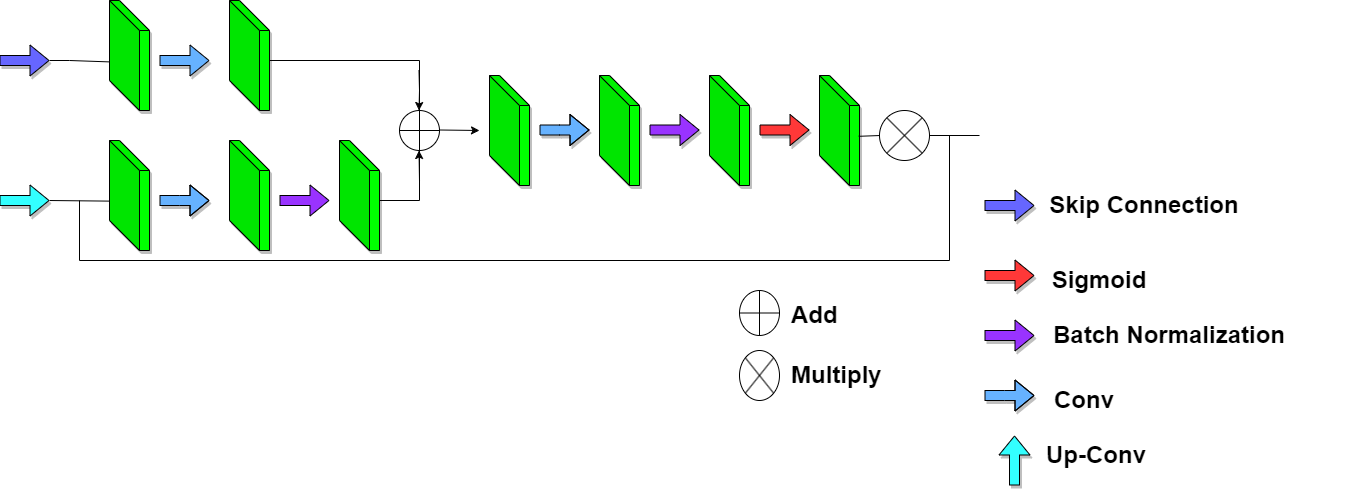
Before: Untitled Diagram.drawio.png, a diagram exported from draw.io (AnayPanja/demo_drawing_at_draw.io). Source tidied: cells renumbered, new cells last; positions are measured from the earlier drawing's top-left corner, leaving out a move shared by most shapes.
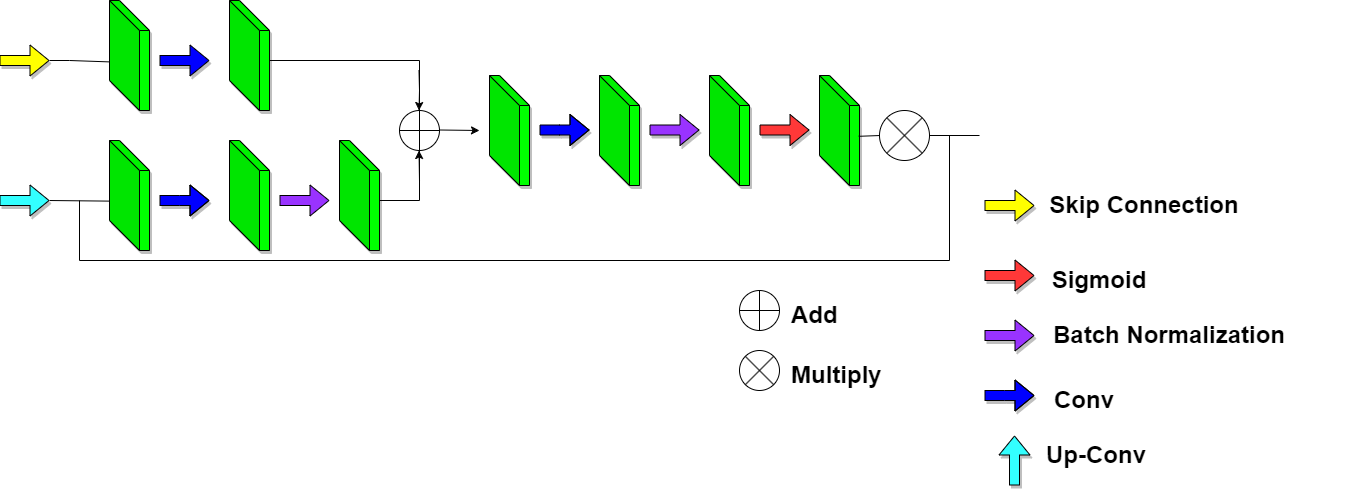
The same diagram one commit later.

Diff of the diagram source:
```diff
@@ -8,13 +8,13 @@
     <mxCell id="3" style="shape=cube;whiteSpace=wrap;html=1;boundedLbl=1;backgroundOutline=1;darkOpacity=0.05;darkOpacity2=0.1;size=30;shadow=1;fillColor=#00FF00;" parent="1" vertex="1">
       <mxGeometry x="110" y="140" width="40" height="110" as="geometry" />
     </mxCell>
-    <mxCell id="4" style="shape=flexArrow;endArrow=classic;html=1;rounded=0;fillColor=#66B2FF;shadow=1;" parent="1" edge="1">
+    <mxCell id="4" style="shape=flexArrow;endArrow=classic;html=1;rounded=0;fillColor=#0000FF;shadow=1;" parent="1" edge="1">
       <mxGeometry relative="1" as="geometry">
         <mxPoint x="160" y="60" as="sourcePoint" />
         <mxPoint x="210" y="60" as="targetPoint" />
       </mxGeometry>
     </mxCell>
-    <mxCell id="5" style="shape=flexArrow;endArrow=classic;html=1;rounded=0;fillColor=#66B2FF;shadow=1;" parent="1" edge="1">
+    <mxCell id="5" style="shape=flexArrow;endArrow=classic;html=1;rounded=0;fillColor=#0000FF;shadow=1;" parent="1" edge="1">
       <mxGeometry relative="1" as="geometry">
         <mxPoint x="160" y="200" as="sourcePoint" />
         <mxPoint x="210" y="200" as="targetPoint" />
@@ -90,7 +90,7 @@
     <mxCell id="18" style="shape=cube;whiteSpace=wrap;html=1;boundedLbl=1;backgroundOutline=1;darkOpacity=0.05;darkOpacity2=0.1;size=30;shadow=1;fillColor=#00FF00;" parent="1" vertex="1">
       <mxGeometry x="490" y="75" width="40" height="110" as="geometry" />
     </mxCell>
-    <mxCell id="19" style="shape=flexArrow;endArrow=classic;html=1;rounded=0;fillColor=#66B2FF;shadow=1;" parent="1" edge="1">
+    <mxCell id="19" style="shape=flexArrow;endArrow=classic;html=1;rounded=0;fillColor=#0000FF;shadow=1;" parent="1" edge="1">
       <mxGeometry relative="1" as="geometry">
         <mxPoint x="540" y="129.5" as="sourcePoint" />
         <mxPoint x="590" y="129.5" as="targetPoint" />
@@ -120,7 +120,7 @@
     <mxCell id="24" style="shape=cube;whiteSpace=wrap;html=1;boundedLbl=1;backgroundOutline=1;darkOpacity=0.05;darkOpacity2=0.1;size=30;shadow=1;fillColor=#00FF00;" parent="1" vertex="1">
       <mxGeometry x="820" y="75" width="40" height="110" as="geometry" />
     </mxCell>
-    <mxCell id="25" style="shape=flexArrow;endArrow=classic;html=1;rounded=0;fillColor=#6666FF;shadow=1;" parent="1" edge="1">
+    <mxCell id="25" style="shape=flexArrow;endArrow=classic;html=1;rounded=0;fillColor=#FFFF00;shadow=1;" parent="1" edge="1">
       <mxGeometry relative="1" as="geometry">
         <mxPoint y="60" as="sourcePoint" />
         <mxPoint x="50" y="60" as="targetPoint" />
@@ -174,7 +174,7 @@
         <mxPoint x="980" y="135" as="targetPoint" />
       </mxGeometry>
     </mxCell>
-    <mxCell id="35" style="shape=flexArrow;endArrow=classic;html=1;rounded=0;fillColor=#6666FF;shadow=1;" parent="1" edge="1">
+    <mxCell id="35" style="shape=flexArrow;endArrow=classic;html=1;rounded=0;fillColor=#FFFF00;shadow=1;" parent="1" edge="1">
       <mxGeometry relative="1" as="geometry">
         <mxPoint x="985" y="205" as="sourcePoint" />
         <mxPoint x="1035" y="205" as="targetPoint" />
@@ -192,7 +192,7 @@
         <mxPoint x="1035" y="335" as="targetPoint" />
       </mxGeometry>
     </mxCell>
-    <mxCell id="38" style="shape=flexArrow;endArrow=classic;html=1;rounded=0;fillColor=#66B2FF;shadow=1;" parent="1" edge="1">
+    <mxCell id="38" style="shape=flexArrow;endArrow=classic;html=1;rounded=0;fillColor=#0000FF;shadow=1;" parent="1" edge="1">
       <mxGeometry relative="1" as="geometry">
         <mxPoint x="985" y="395" as="sourcePoint" />
         <mxPoint x="1035" y="395" as="targetPoint" />
@@ -223,10 +223,10 @@
       <mxGeometry x="1045" y="440" width="300" height="30" as="geometry" />
     </mxCell>
     <mxCell id="45" style="shape=sumEllipse;perimeter=ellipsePerimeter;whiteSpace=wrap;html=1;backgroundOutline=1;" parent="1" vertex="1">
-      <mxGeometry x="740" y="350" width="40" height="50" as="geometry" />
+      <mxGeometry x="740" y="350" width="40" height="40" as="geometry" />
     </mxCell>
     <mxCell id="46" style="shape=orEllipse;perimeter=ellipsePerimeter;whiteSpace=wrap;html=1;backgroundOutline=1;" parent="1" vertex="1">
-      <mxGeometry x="740" y="290" width="40" height="45" as="geometry" />
+      <mxGeometry x="740" y="290" width="40" height="40" as="geometry" />
     </mxCell>
     <mxCell id="47" value="&lt;font style=&quot;font-size: 24px;&quot;&gt;&lt;b&gt;Add&lt;/b&gt;&lt;/font&gt;" style="text;strokeColor=none;align=left;fillColor=none;html=1;verticalAlign=middle;whiteSpace=wrap;rounded=0;" parent="1" vertex="1">
       <mxGeometry x="790" y="300" width="180" height="30" as="geometry" />
```
